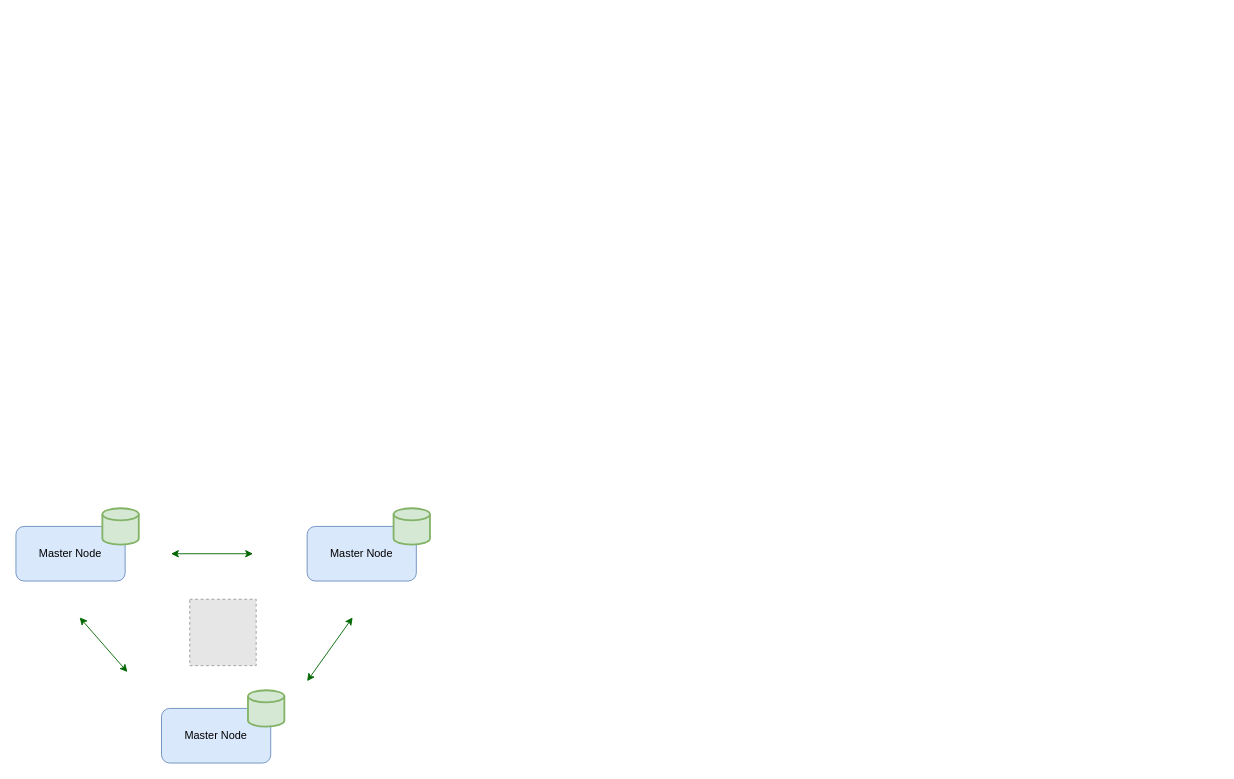
This is elk.drawio from jiangtao7/draw.io, a draw.io file, before an edit. Source tidied: cells renumbered, new cells numbered last; positions are measured from the earlier drawing's top-left corner, leaving out a move shared by most shapes. Both pictures are drawn from the tidied source at 91%, with x=0, y=0 at pixel (15, 508). Pictures stored in the file or linked from it are replaced by grey dashed boxes.
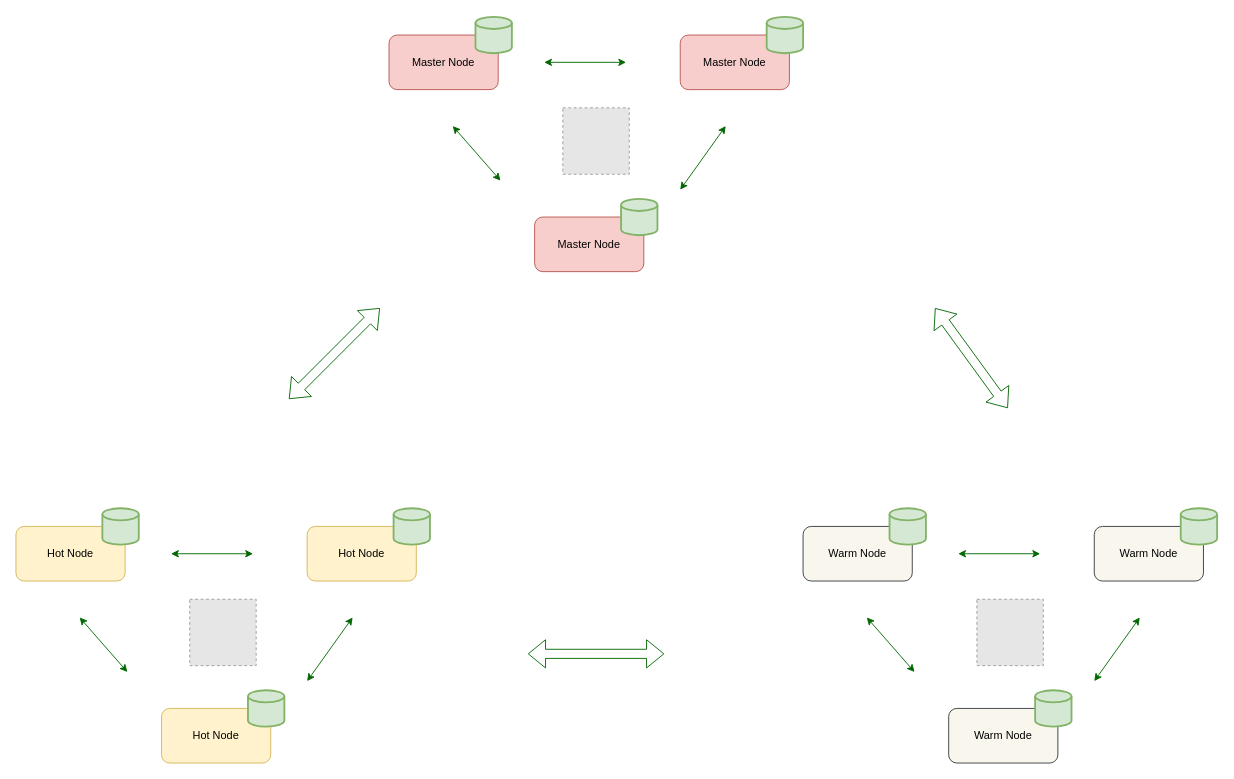
The same diagram, later.

Change to the diagram source:
```diff
@@
-    <mxCell id="2" style="group;" parent="1" vertex="1">
-      <mxGeometry width="135" height="80" as="geometry" />
-    </mxCell>
-    <mxCell id="3" value="Master Node" style="rounded=1;whiteSpace=wrap;html=1;fillColor=#dae8fc;strokeColor=#6c8ebf;" parent="2" vertex="1">
-      <mxGeometry y="20" width="120" height="60" as="geometry" />
-    </mxCell>
-    <mxCell id="4" style="strokeWidth=2;html=1;shape=mxgraph.flowchart.database;whiteSpace=wrap;fillColor=#d5e8d4;strokeColor=#82b366;" parent="2" vertex="1">
-      <mxGeometry x="95" width="40" height="40" as="geometry" />
-    </mxCell>
-    <mxCell id="5" style="group;" parent="1" vertex="1">
-      <mxGeometry x="160" y="200" width="135" height="80" as="geometry" />
-    </mxCell>
-    <mxCell id="6" value="Master Node" style="rounded=1;whiteSpace=wrap;html=1;fillColor=#dae8fc;strokeColor=#6c8ebf;" parent="5" vertex="1">
-      <mxGeometry y="20" width="120" height="60" as="geometry" />
-    </mxCell>
-    <mxCell id="7" style="strokeWidth=2;html=1;shape=mxgraph.flowchart.database;whiteSpace=wrap;fillColor=#d5e8d4;strokeColor=#82b366;" parent="5" vertex="1">
-      <mxGeometry x="95" width="40" height="40" as="geometry" />
-    </mxCell>
-    <mxCell id="8" style="group;" parent="1" vertex="1">
-      <mxGeometry x="320" width="135" height="80" as="geometry" />
-    </mxCell>
-    <mxCell id="9" value="Master Node" style="rounded=1;whiteSpace=wrap;html=1;fillColor=#dae8fc;strokeColor=#6c8ebf;" parent="8" vertex="1">
-      <mxGeometry y="20" width="120" height="60" as="geometry" />
-    </mxCell>
-    <mxCell id="10" style="strokeWidth=2;html=1;shape=mxgraph.flowchart.database;whiteSpace=wrap;fillColor=#d5e8d4;strokeColor=#82b366;" parent="8" vertex="1">
-      <mxGeometry x="95" width="40" height="40" as="geometry" />
-    </mxCell>
+    <mxCell id="15" style="endArrow=classic;startArrow=classic;html=1;rounded=0;strokeColor=#006600;" parent="1" edge="1">
+      <mxGeometry relative="1" as="geometry">
+        <mxPoint x="580.5" y="-490" as="sourcePoint" />
+        <mxPoint x="670.5" y="-490" as="targetPoint" />
+      </mxGeometry>
+    </mxCell>
+    <mxCell id="16" style="endArrow=classic;startArrow=classic;html=1;rounded=0;strokeColor=#006600;" parent="1" edge="1">
+      <mxGeometry relative="1" as="geometry">
+        <mxPoint x="480" y="-420" as="sourcePoint" />
+        <mxPoint x="532.5" y="-360" as="targetPoint" />
+      </mxGeometry>
+    </mxCell>
+    <mxCell id="17" style="endArrow=classic;startArrow=classic;html=1;rounded=0;strokeColor=#006600;" parent="1" edge="1">
+      <mxGeometry relative="1" as="geometry">
+        <mxPoint x="730" y="-350" as="sourcePoint" />
+        <mxPoint x="780" y="-420" as="targetPoint" />
+      </mxGeometry>
+    </mxCell>
+    <mxCell id="18" style="fillColor=#E6E6E6;strokeColor=#999999;dashed=1;html=1;verticalAlign=top;verticalLabelPosition=bottom;labelBackgroundColor=#ffffff;" parent="1" vertex="1">
+      <mxGeometry x="601" y="-440" width="73" height="73" as="geometry" />
+    </mxCell>
+    <mxCell id="19" value="Master Node" style="rounded=1;whiteSpace=wrap;html=1;fillColor=#f8cecc;strokeColor=#b85450;" parent="1" vertex="1">
+      <mxGeometry x="410" y="-520" width="120" height="60" as="geometry" />
+    </mxCell>
+    <mxCell id="20" style="strokeWidth=2;html=1;shape=mxgraph.flowchart.database;whiteSpace=wrap;fillColor=#d5e8d4;strokeColor=#82b366;" parent="1" vertex="1">
+      <mxGeometry x="505" y="-540" width="40" height="40" as="geometry" />
+    </mxCell>
+    <mxCell id="21" value="Master Node" style="rounded=1;whiteSpace=wrap;html=1;fillColor=#f8cecc;strokeColor=#b85450;" parent="1" vertex="1">
+      <mxGeometry x="730" y="-520" width="120" height="60" as="geometry" />
+    </mxCell>
+    <mxCell id="22" style="strokeWidth=2;html=1;shape=mxgraph.flowchart.database;whiteSpace=wrap;fillColor=#d5e8d4;strokeColor=#82b366;" parent="1" vertex="1">
+      <mxGeometry x="825" y="-540" width="40" height="40" as="geometry" />
+    </mxCell>
+    <mxCell id="23" value="Master Node" style="rounded=1;whiteSpace=wrap;html=1;fillColor=#f8cecc;strokeColor=#b85450;" parent="1" vertex="1">
+      <mxGeometry x="570" y="-320" width="120" height="60" as="geometry" />
+    </mxCell>
+    <mxCell id="24" style="strokeWidth=2;html=1;shape=mxgraph.flowchart.database;whiteSpace=wrap;fillColor=#d5e8d4;strokeColor=#82b366;" parent="1" vertex="1">
+      <mxGeometry x="665" y="-340" width="40" height="40" as="geometry" />
+    </mxCell>
@@
+    <mxCell id="3" value="Hot Node" style="rounded=1;whiteSpace=wrap;html=1;fillColor=#fff2cc;strokeColor=#d6b656;" parent="1" vertex="1">
+      <mxGeometry y="20" width="120" height="60" as="geometry" />
+    </mxCell>
+    <mxCell id="4" style="strokeWidth=2;html=1;shape=mxgraph.flowchart.database;whiteSpace=wrap;fillColor=#d5e8d4;strokeColor=#82b366;" parent="1" vertex="1">
+      <mxGeometry x="95" width="40" height="40" as="geometry" />
+    </mxCell>
+    <mxCell id="6" value="Hot Node" style="rounded=1;whiteSpace=wrap;html=1;fillColor=#fff2cc;strokeColor=#d6b656;" parent="1" vertex="1">
+      <mxGeometry x="160" y="220" width="120" height="60" as="geometry" />
+    </mxCell>
+    <mxCell id="7" style="strokeWidth=2;html=1;shape=mxgraph.flowchart.database;whiteSpace=wrap;fillColor=#d5e8d4;strokeColor=#82b366;" parent="1" vertex="1">
+      <mxGeometry x="255" y="200" width="40" height="40" as="geometry" />
+    </mxCell>
+    <mxCell id="9" value="Hot Node" style="rounded=1;whiteSpace=wrap;html=1;fillColor=#fff2cc;strokeColor=#d6b656;" parent="1" vertex="1">
+      <mxGeometry x="320" y="20" width="120" height="60" as="geometry" />
+    </mxCell>
+    <mxCell id="10" style="strokeWidth=2;html=1;shape=mxgraph.flowchart.database;whiteSpace=wrap;fillColor=#d5e8d4;strokeColor=#82b366;" parent="1" vertex="1">
+      <mxGeometry x="415" width="40" height="40" as="geometry" />
+    </mxCell>
+    <mxCell id="25" style="endArrow=classic;startArrow=classic;html=1;rounded=0;strokeColor=#006600;" parent="1" edge="1">
+      <mxGeometry relative="1" as="geometry">
+        <mxPoint x="1035.5" y="50" as="sourcePoint" />
+        <mxPoint x="1125.5" y="50" as="targetPoint" />
+      </mxGeometry>
+    </mxCell>
+    <mxCell id="26" style="endArrow=classic;startArrow=classic;html=1;rounded=0;strokeColor=#006600;" parent="1" edge="1">
+      <mxGeometry relative="1" as="geometry">
+        <mxPoint x="935" y="120" as="sourcePoint" />
+        <mxPoint x="987.5" y="180" as="targetPoint" />
+      </mxGeometry>
+    </mxCell>
+    <mxCell id="27" style="endArrow=classic;startArrow=classic;html=1;rounded=0;strokeColor=#006600;" parent="1" edge="1">
+      <mxGeometry relative="1" as="geometry">
+        <mxPoint x="1185" y="190" as="sourcePoint" />
+        <mxPoint x="1235" y="120" as="targetPoint" />
+      </mxGeometry>
+    </mxCell>
+    <mxCell id="28" style="fillColor=#E6E6E6;strokeColor=#999999;dashed=1;html=1;verticalAlign=top;verticalLabelPosition=bottom;labelBackgroundColor=#ffffff;" parent="1" vertex="1">
+      <mxGeometry x="1056" y="100" width="73" height="73" as="geometry" />
+    </mxCell>
+    <mxCell id="29" value="Warm Node" style="rounded=1;whiteSpace=wrap;html=1;fillColor=#f9f7ed;strokeColor=#36393d;" parent="1" vertex="1">
+      <mxGeometry x="865" y="20" width="120" height="60" as="geometry" />
+    </mxCell>
+    <mxCell id="30" style="strokeWidth=2;html=1;shape=mxgraph.flowchart.database;whiteSpace=wrap;fillColor=#d5e8d4;strokeColor=#82b366;" parent="1" vertex="1">
+      <mxGeometry x="960" width="40" height="40" as="geometry" />
+    </mxCell>
+    <mxCell id="31" value="Warm Node" style="rounded=1;whiteSpace=wrap;html=1;fillColor=#f9f7ed;strokeColor=#36393d;" parent="1" vertex="1">
+      <mxGeometry x="1025" y="220" width="120" height="60" as="geometry" />
+    </mxCell>
+    <mxCell id="32" style="strokeWidth=2;html=1;shape=mxgraph.flowchart.database;whiteSpace=wrap;fillColor=#d5e8d4;strokeColor=#82b366;" parent="1" vertex="1">
+      <mxGeometry x="1120" y="200" width="40" height="40" as="geometry" />
+    </mxCell>
+    <mxCell id="33" value="Warm Node" style="rounded=1;whiteSpace=wrap;html=1;fillColor=#f9f7ed;strokeColor=#36393d;" parent="1" vertex="1">
+      <mxGeometry x="1185" y="20" width="120" height="60" as="geometry" />
+    </mxCell>
+    <mxCell id="34" style="strokeWidth=2;html=1;shape=mxgraph.flowchart.database;whiteSpace=wrap;fillColor=#d5e8d4;strokeColor=#82b366;" parent="1" vertex="1">
+      <mxGeometry x="1280" width="40" height="40" as="geometry" />
+    </mxCell>
+    <mxCell id="35" style="shape=flexArrow;endArrow=classic;startArrow=classic;html=1;rounded=0;strokeColor=#006600;" parent="1" edge="1">
+      <mxGeometry relative="1" as="geometry">
+        <mxPoint x="300" y="-120" as="sourcePoint" />
+        <mxPoint x="400" y="-220" as="targetPoint" />
+      </mxGeometry>
+    </mxCell>
+    <mxCell id="36" style="shape=flexArrow;endArrow=classic;startArrow=classic;html=1;rounded=0;strokeColor=#006600;" parent="1" edge="1">
+      <mxGeometry relative="1" as="geometry">
+        <mxPoint x="562.5" y="160" as="sourcePoint" />
+        <mxPoint x="712.5" y="160" as="targetPoint" />
+      </mxGeometry>
+    </mxCell>
+    <mxCell id="37" style="shape=flexArrow;endArrow=classic;startArrow=classic;html=1;rounded=0;strokeColor=#006600;" parent="1" edge="1">
+      <mxGeometry relative="1" as="geometry">
+        <mxPoint x="1010" y="-220" as="sourcePoint" />
+        <mxPoint x="1090" y="-110" as="targetPoint" />
+      </mxGeometry>
+    </mxCell>
```
